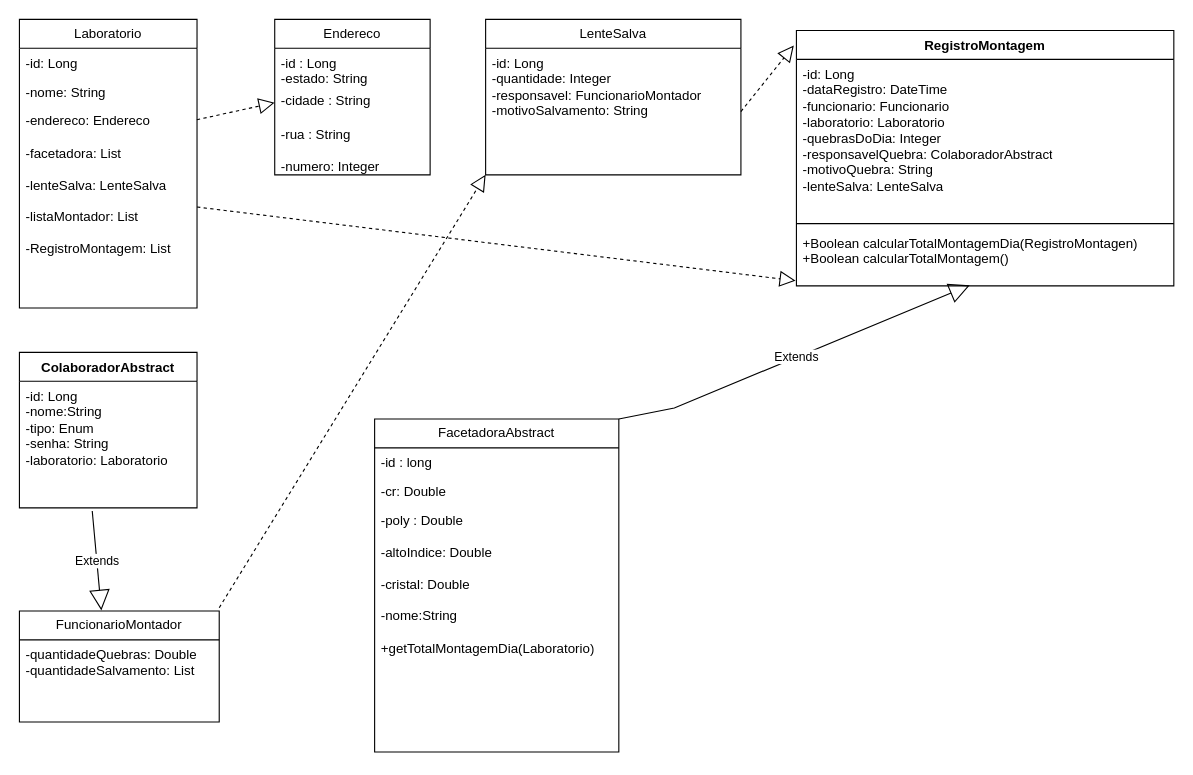
This is documentation/GerenciadorDeMontagemUML.drawio from EliasMCR/GerenciadorMontagem, a draw.io file, before an edit. Source tidied: cells renumbered, new cells numbered last; positions are measured from the earlier drawing's top-left corner, leaving out a move shared by most shapes. Both pictures are drawn from the tidied source at 111%, with x=0, y=0 at pixel (19, 19).
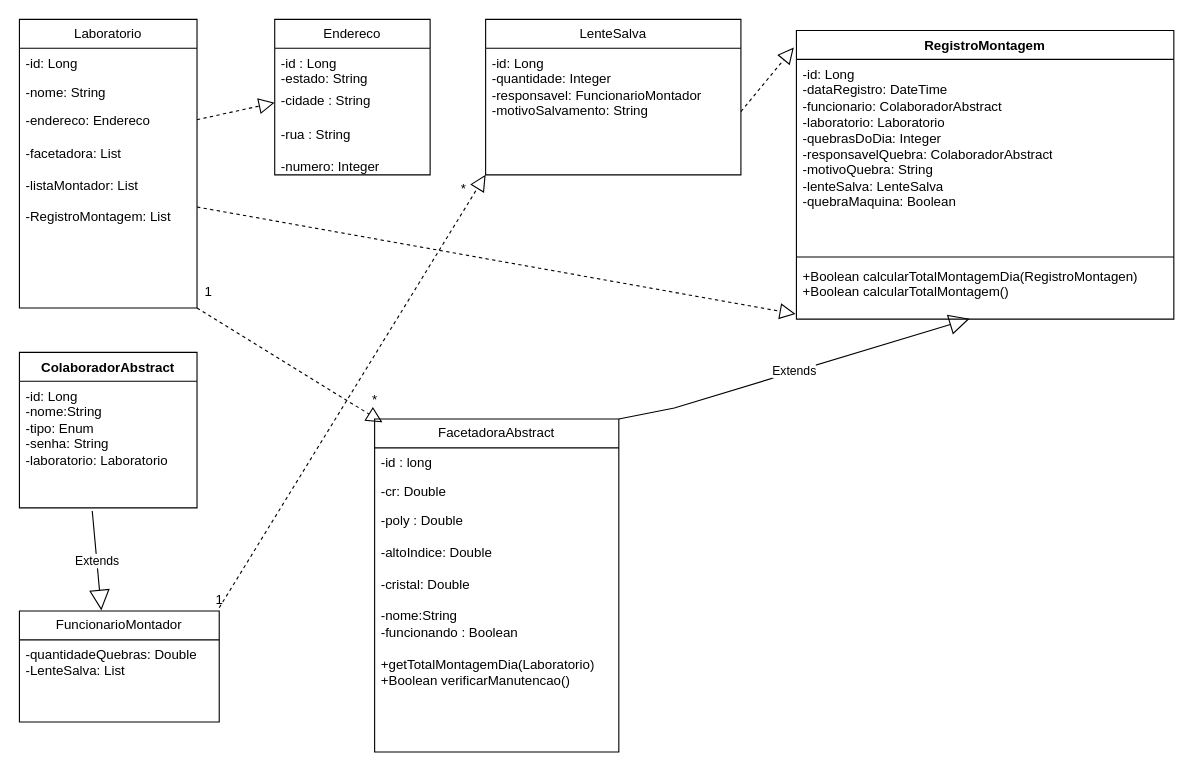
The same diagram, later.

Commit message (it also covers changes not shown here):
criada algumas classes e atualizado diagrama

Unchanged cells that the change refers to:
```xml
<mxCell id="2" value="Laboratorio" style="swimlane;fontStyle=0;horizontal=1;startSize=26;fillColor=none;whiteSpace=wrap;html=1;" parent="1" vertex="1">
  <mxGeometry width="160" height="260" as="geometry" />
</mxCell>
<mxCell id="11" value="FacetadoraAbstract" style="swimlane;fontStyle=0;horizontal=1;startSize=26;fillColor=none;whiteSpace=wrap;html=1;" parent="1" vertex="1">
  <mxGeometry x="320" y="360" width="220" height="300" as="geometry" />
</mxCell>
<mxCell id="23" value="FuncionarioMontador" style="swimlane;fontStyle=0;horizontal=1;startSize=26;fillColor=none;whiteSpace=wrap;html=1;" parent="1" vertex="1">
  <mxGeometry y="533" width="180" height="100" as="geometry" />
</mxCell>
```

What changed in the source:
```diff
@@
-    <mxCell id="5" value="-endereco: Endereco&lt;div&gt;&lt;br&gt;&lt;/div&gt;&lt;div&gt;-facetadora: List&lt;/div&gt;&lt;div&gt;&lt;br&gt;&lt;/div&gt;&lt;div&gt;-lenteSalva: LenteSalva&lt;/div&gt;&lt;div&gt;&lt;br&gt;&lt;/div&gt;&lt;div&gt;-listaMontador: List&lt;/div&gt;&lt;div&gt;&lt;br&gt;&lt;/div&gt;&lt;div&gt;-RegistroMontagem: List&lt;/div&gt;&lt;div&gt;&lt;br&gt;&lt;/div&gt;" style="text;strokeColor=none;fillColor=none;align=left;verticalAlign=top;spacingLeft=4;spacingRight=4;overflow=hidden;points=[[0,0.5],[1,0.5]];portConstraint=eastwest;whiteSpace=wrap;html=1;" parent="2" vertex="1">
+    <mxCell id="5" value="-endereco: Endereco&lt;div&gt;&lt;br&gt;&lt;/div&gt;&lt;div&gt;-facetadora: List&lt;/div&gt;&lt;div&gt;&lt;br&gt;&lt;/div&gt;&lt;div&gt;-listaMontador: List&lt;/div&gt;&lt;div&gt;&lt;br&gt;&lt;/div&gt;&lt;div&gt;-RegistroMontagem: List&lt;/div&gt;&lt;div&gt;&lt;br&gt;&lt;/div&gt;" style="text;strokeColor=none;fillColor=none;align=left;verticalAlign=top;spacingLeft=4;spacingRight=4;overflow=hidden;points=[[0,0.5],[1,0.5]];portConstraint=eastwest;whiteSpace=wrap;html=1;" parent="2" vertex="1">
       <mxGeometry y="78" width="160" height="182" as="geometry" />
     </mxCell>
@@
-    <mxCell id="14" value="-poly : Double&lt;div&gt;&lt;br&gt;&lt;/div&gt;&lt;div&gt;-altoIndice: Double&lt;/div&gt;&lt;div&gt;&lt;br&gt;&lt;/div&gt;&lt;div&gt;-cristal: Double&lt;/div&gt;&lt;div&gt;&lt;br&gt;&lt;/div&gt;&lt;div&gt;-nome:String&lt;/div&gt;&lt;div&gt;&lt;br&gt;&lt;/div&gt;&lt;div&gt;+getTotalMontagemDia(Laboratorio)&lt;/div&gt;" style="text;strokeColor=none;fillColor=none;align=left;verticalAlign=top;spacingLeft=4;spacingRight=4;overflow=hidden;whiteSpace=wrap;html=1;" parent="11" vertex="1">
+    <mxCell id="14" value="-poly : Double&lt;div&gt;&lt;br&gt;&lt;/div&gt;&lt;div&gt;-altoIndice: Double&lt;/div&gt;&lt;div&gt;&lt;br&gt;&lt;/div&gt;&lt;div&gt;-cristal: Double&lt;/div&gt;&lt;div&gt;&lt;br&gt;&lt;/div&gt;&lt;div&gt;-nome:String&lt;/div&gt;&lt;div&gt;-funcionando : Boolean&lt;/div&gt;&lt;div&gt;&lt;br&gt;&lt;/div&gt;&lt;div&gt;+getTotalMontagemDia(Laboratorio)&lt;/div&gt;&lt;div&gt;+Boolean verificarManutencao()&lt;/div&gt;" style="text;strokeColor=none;fillColor=none;align=left;verticalAlign=top;spacingLeft=4;spacingRight=4;overflow=hidden;whiteSpace=wrap;html=1;" parent="11" vertex="1">
       <mxGeometry y="78" width="220" height="222" as="geometry" />
     </mxCell>
     <mxCell id="15" value="RegistroMontagem" style="swimlane;fontStyle=1;align=center;verticalAlign=top;horizontal=1;startSize=26;whiteSpace=wrap;html=1;" parent="1" vertex="1">
-      <mxGeometry x="700" y="10" width="340" height="230" as="geometry" />
+      <mxGeometry x="700" y="10" width="340" height="260" as="geometry" />
     </mxCell>
-    <mxCell id="16" value="&lt;div&gt;-id: Long&lt;/div&gt;&lt;div&gt;-dataRegistro: DateTime&lt;/div&gt;&lt;div&gt;-funcionario: Funcionario&lt;/div&gt;&lt;div&gt;-&lt;span style=&quot;background-color: initial;&quot;&gt;laboratorio: Laboratorio&lt;/span&gt;&lt;/div&gt;&lt;div&gt;&lt;span style=&quot;background-color: initial;&quot;&gt;-quebrasDoDia: Integer&lt;/span&gt;&lt;/div&gt;&lt;div&gt;&lt;span style=&quot;background-color: initial;&quot;&gt;-responsavelQuebra: ColaboradorAbstract&lt;/span&gt;&lt;/div&gt;&lt;div&gt;&lt;span style=&quot;background-color: initial;&quot;&gt;-motivoQuebra: String&lt;/span&gt;&lt;/div&gt;&lt;div&gt;-lenteSalva: LenteSalva&lt;/div&gt;&lt;div&gt;&lt;br&gt;&lt;/div&gt;&lt;div&gt;&lt;br&gt;&lt;/div&gt;&lt;div&gt;&lt;br&gt;&lt;/div&gt;&lt;div&gt;&lt;br&gt;&lt;/div&gt;" style="text;strokeColor=none;fillColor=none;align=left;verticalAlign=top;spacingLeft=4;spacingRight=4;overflow=hidden;whiteSpace=wrap;html=1;" parent="15" vertex="1">
-      <mxGeometry y="26" width="340" height="144" as="geometry" />
+    <mxCell id="16" value="&lt;div&gt;-id: Long&lt;/div&gt;&lt;div&gt;-dataRegistro: DateTime&lt;/div&gt;&lt;div&gt;-funcionario: ColaboradorAbstract&lt;/div&gt;&lt;div&gt;-&lt;span style=&quot;background-color: initial;&quot;&gt;laboratorio: Laboratorio&lt;/span&gt;&lt;/div&gt;&lt;div&gt;&lt;span style=&quot;background-color: initial;&quot;&gt;-quebrasDoDia: Integer&lt;/span&gt;&lt;/div&gt;&lt;div&gt;&lt;span style=&quot;background-color: initial;&quot;&gt;-responsavelQuebra: ColaboradorAbstract&lt;/span&gt;&lt;/div&gt;&lt;div&gt;&lt;span style=&quot;background-color: initial;&quot;&gt;-motivoQuebra: String&lt;/span&gt;&lt;/div&gt;&lt;div&gt;-lenteSalva: LenteSalva&lt;/div&gt;&lt;div&gt;-quebraMaquina: Boolean&lt;/div&gt;&lt;div&gt;&lt;br&gt;&lt;/div&gt;&lt;div&gt;&lt;br&gt;&lt;/div&gt;&lt;div&gt;&lt;br&gt;&lt;/div&gt;&lt;div&gt;&lt;br&gt;&lt;/div&gt;" style="text;strokeColor=none;fillColor=none;align=left;verticalAlign=top;spacingLeft=4;spacingRight=4;overflow=hidden;whiteSpace=wrap;html=1;" parent="15" vertex="1">
+      <mxGeometry y="26" width="340" height="174" as="geometry" />
     </mxCell>
     <mxCell id="17" style="line;strokeWidth=1;fillColor=none;align=left;verticalAlign=middle;spacingTop=-1;spacingLeft=3;spacingRight=3;labelPosition=right;strokeColor=inherit;" parent="15" vertex="1">
-      <mxGeometry y="170" width="340" height="8" as="geometry" />
+      <mxGeometry y="200" width="340" height="8" as="geometry" />
     </mxCell>
     <mxCell id="18" value="+Boolean calcularTotalMontagemDia(RegistroMontagen)&lt;div&gt;+Boolean calcularTotalMontagem()&lt;/div&gt;" style="text;strokeColor=none;fillColor=none;align=left;verticalAlign=top;spacingLeft=4;spacingRight=4;overflow=hidden;points=[[0,0.5],[1,0.5]];portConstraint=eastwest;whiteSpace=wrap;html=1;" parent="15" vertex="1">
-      <mxGeometry y="178" width="340" height="52" as="geometry" />
+      <mxGeometry y="208" width="340" height="52" as="geometry" />
     </mxCell>
@@
-    <mxCell id="24" value="-quantidadeQuebras: Double&lt;div&gt;-quantidadeSalvamento: List&lt;/div&gt;" style="text;strokeColor=none;fillColor=none;align=left;verticalAlign=top;spacingLeft=4;spacingRight=4;overflow=hidden;whiteSpace=wrap;html=1;" parent="23" vertex="1">
+    <mxCell id="24" value="-quantidadeQuebras: Double&lt;div&gt;-LenteSalva: List&lt;/div&gt;" style="text;strokeColor=none;fillColor=none;align=left;verticalAlign=top;spacingLeft=4;spacingRight=4;overflow=hidden;whiteSpace=wrap;html=1;" parent="23" vertex="1">
       <mxGeometry y="26" width="180" height="74" as="geometry" />
     </mxCell>
@@
+    <mxCell id="30" style="endArrow=block;dashed=1;endFill=0;endSize=12;html=1;rounded=0;entryX=0.032;entryY=0.01;entryDx=0;entryDy=0;entryPerimeter=0;" parent="1" edge="1" target="11">
+      <mxGeometry relative="1" as="geometry">
+        <mxPoint x="160" y="260" as="sourcePoint" />
+      </mxGeometry>
+    </mxCell>
+    <mxCell id="31" value="1&lt;div&gt;&lt;br&gt;&lt;/div&gt;" style="text;html=1;align=center;verticalAlign=middle;strokeColor=none;fillColor=none;" parent="1" vertex="1">
+      <mxGeometry x="155" y="233" width="30" height="40" as="geometry" />
+    </mxCell>
+    <mxCell id="32" value="*" style="text;html=1;align=center;verticalAlign=middle;strokeColor=none;fillColor=none;" parent="1" vertex="1">
+      <mxGeometry x="305" y="328" width="30" height="30" as="geometry" />
+    </mxCell>
+    <mxCell id="33" value="1" style="text;html=1;align=center;verticalAlign=middle;strokeColor=none;fillColor=none;" parent="1" vertex="1">
+      <mxGeometry x="165" y="508" width="30" height="30" as="geometry" />
+    </mxCell>
+    <mxCell id="34" value="*" style="text;html=1;align=center;verticalAlign=middle;strokeColor=none;fillColor=none;" parent="1" vertex="1">
+      <mxGeometry x="385" y="138" width="30" height="30" as="geometry" />
+    </mxCell>
```
